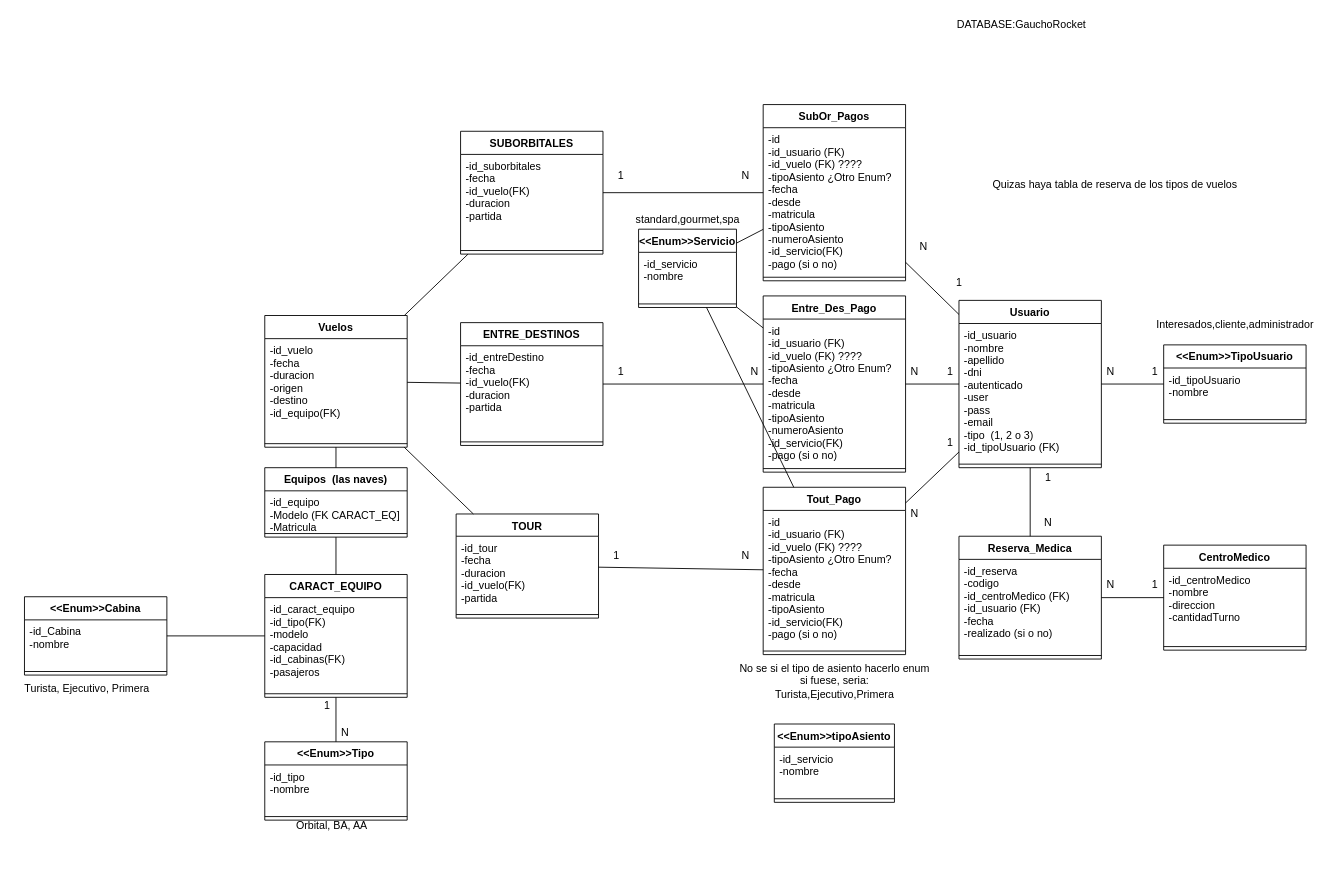
Earlier version of the draw.io diagram config/Gucho.drawio (JulietaLuciaDe/gaucho). Source tidied: cells renumbered, new cells numbered last; positions are measured from the earlier drawing's top-left corner, leaving out a move shared by most shapes. Both pictures are drawn from the tidied source at 89%, with x=0, y=0 at pixel (15, 15).
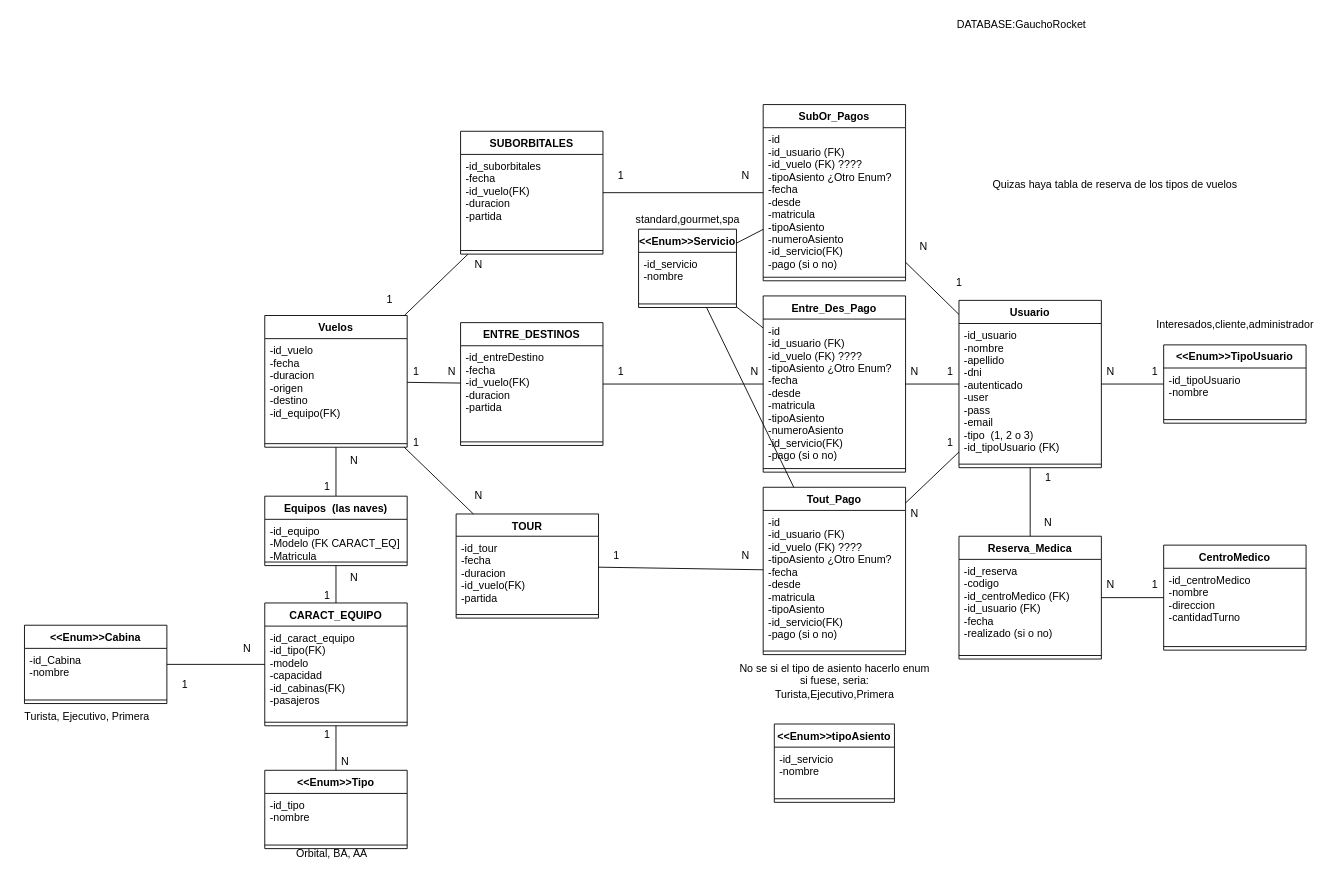
The same diagram, later.

Commit message:
Modificando diagrama

What changed in the source:
```diff
@@
     <mxCell id="2" value="Equipos  (las naves)" style="swimlane;fontStyle=1;align=center;verticalAlign=top;horizontal=1;startSize=26;" parent="1" vertex="1">
-      <mxGeometry x="280" y="508" width="160" height="78" as="geometry" />
+      <mxGeometry x="280" y="540" width="160" height="78" as="geometry" />
     </mxCell>
@@
     <mxCell id="12" value="CARACT_EQUIPO" style="swimlane;fontStyle=1;align=center;verticalAlign=top;horizontal=1;startSize=26;" parent="1" vertex="1">
-      <mxGeometry x="280" y="628" width="160" height="138" as="geometry" />
+      <mxGeometry x="280" y="660" width="160" height="138" as="geometry" />
     </mxCell>
@@
     <mxCell id="53" value="&lt;&lt;Enum&gt;&gt;Tipo" style="swimlane;fontStyle=1;align=center;verticalAlign=top;horizontal=1;startSize=26;" parent="1" vertex="1">
-      <mxGeometry x="280" y="816" width="160" height="88" as="geometry" />
+      <mxGeometry x="280" y="848" width="160" height="88" as="geometry" />
     </mxCell>
@@
     <mxCell id="57" value="&lt;&lt;Enum&gt;&gt;Cabina" style="swimlane;fontStyle=1;align=center;verticalAlign=top;horizontal=1;startSize=26;" parent="1" vertex="1">
-      <mxGeometry x="10" y="653" width="160" height="88" as="geometry" />
+      <mxGeometry x="10" y="685" width="160" height="88" as="geometry" />
     </mxCell>
@@
     <mxCell id="72" value="&lt;br&gt;" style="text;html=1;align=center;verticalAlign=middle;strokeColor=none;fillColor=none;hachureGap=4;" parent="1" vertex="1">
-      <mxGeometry x="180" y="660" width="20" height="20" as="geometry" />
+      <mxGeometry x="180" y="692" width="20" height="20" as="geometry" />
     </mxCell>
     <mxCell id="73" value="Orbital, BA, AA" style="text;html=1;align=center;verticalAlign=middle;strokeColor=none;fillColor=none;hachureGap=4;" parent="1" vertex="1">
-      <mxGeometry x="305" y="900" width="100" height="20" as="geometry" />
+      <mxGeometry x="305" y="932" width="100" height="20" as="geometry" />
     </mxCell>
     <mxCell id="74" value="Turista, Ejecutivo, Primera" style="text;html=1;align=center;verticalAlign=middle;strokeColor=none;fillColor=none;hachureGap=4;" parent="1" vertex="1">
-      <mxGeometry y="746" width="160" height="20" as="geometry" />
+      <mxGeometry y="778" width="160" height="20" as="geometry" />
     </mxCell>
@@
     <mxCell id="95" value="1" style="text;html=1;align=center;verticalAlign=middle;strokeColor=none;fillColor=none;hachureGap=4;" parent="1" vertex="1">
-      <mxGeometry x="340" y="766" width="20" height="20" as="geometry" />
+      <mxGeometry x="340" y="798" width="20" height="20" as="geometry" />
     </mxCell>
     <mxCell id="96" value="N" style="text;html=1;align=center;verticalAlign=middle;strokeColor=none;fillColor=none;hachureGap=4;" parent="1" vertex="1">
-      <mxGeometry x="360" y="796" width="20" height="20" as="geometry" />
+      <mxGeometry x="360" y="828" width="20" height="20" as="geometry" />
     </mxCell>
@@
+    <mxCell id="100" value="N" style="text;html=1;align=center;verticalAlign=middle;strokeColor=none;fillColor=none;" parent="1" vertex="1">
+      <mxGeometry x="250" y="702" width="20" height="20" as="geometry" />
+    </mxCell>
+    <mxCell id="101" value="1" style="text;html=1;align=center;verticalAlign=middle;strokeColor=none;fillColor=none;" parent="1" vertex="1">
+      <mxGeometry x="180" y="742" width="20" height="20" as="geometry" />
+    </mxCell>
+    <mxCell id="102" value="N" style="text;html=1;align=center;verticalAlign=middle;strokeColor=none;fillColor=none;" parent="1" vertex="1">
+      <mxGeometry x="370" y="622" width="20" height="20" as="geometry" />
+    </mxCell>
+    <mxCell id="103" value="1" style="text;html=1;align=center;verticalAlign=middle;strokeColor=none;fillColor=none;" parent="1" vertex="1">
+      <mxGeometry x="340" y="642" width="20" height="20" as="geometry" />
+    </mxCell>
+    <mxCell id="104" value="N" style="text;html=1;align=center;verticalAlign=middle;strokeColor=none;fillColor=none;" parent="1" vertex="1">
+      <mxGeometry x="370" y="490" width="20" height="20" as="geometry" />
+    </mxCell>
+    <mxCell id="105" value="1" style="text;html=1;align=center;verticalAlign=middle;strokeColor=none;fillColor=none;" parent="1" vertex="1">
+      <mxGeometry x="340" y="520" width="20" height="20" as="geometry" />
+    </mxCell>
+    <mxCell id="106" value="N" style="text;html=1;align=center;verticalAlign=middle;strokeColor=none;fillColor=none;" parent="1" vertex="1">
+      <mxGeometry x="510" y="270" width="20" height="20" as="geometry" />
+    </mxCell>
+    <mxCell id="107" value="N" style="text;html=1;align=center;verticalAlign=middle;strokeColor=none;fillColor=none;" parent="1" vertex="1">
+      <mxGeometry x="480" y="390" width="20" height="20" as="geometry" />
+    </mxCell>
+    <mxCell id="108" value="N" style="text;html=1;align=center;verticalAlign=middle;strokeColor=none;fillColor=none;" parent="1" vertex="1">
+      <mxGeometry x="510" y="530" width="20" height="20" as="geometry" />
+    </mxCell>
+    <mxCell id="109" value="1" style="text;html=1;align=center;verticalAlign=middle;strokeColor=none;fillColor=none;" parent="1" vertex="1">
+      <mxGeometry x="440" y="390" width="20" height="20" as="geometry" />
+    </mxCell>
+    <mxCell id="110" value="1" style="text;html=1;align=center;verticalAlign=middle;strokeColor=none;fillColor=none;" parent="1" vertex="1">
+      <mxGeometry x="440" y="470" width="20" height="20" as="geometry" />
+    </mxCell>
+    <mxCell id="111" value="1" style="text;html=1;align=center;verticalAlign=middle;strokeColor=none;fillColor=none;" parent="1" vertex="1">
+      <mxGeometry x="410" y="310" width="20" height="20" as="geometry" />
+    </mxCell>
```
